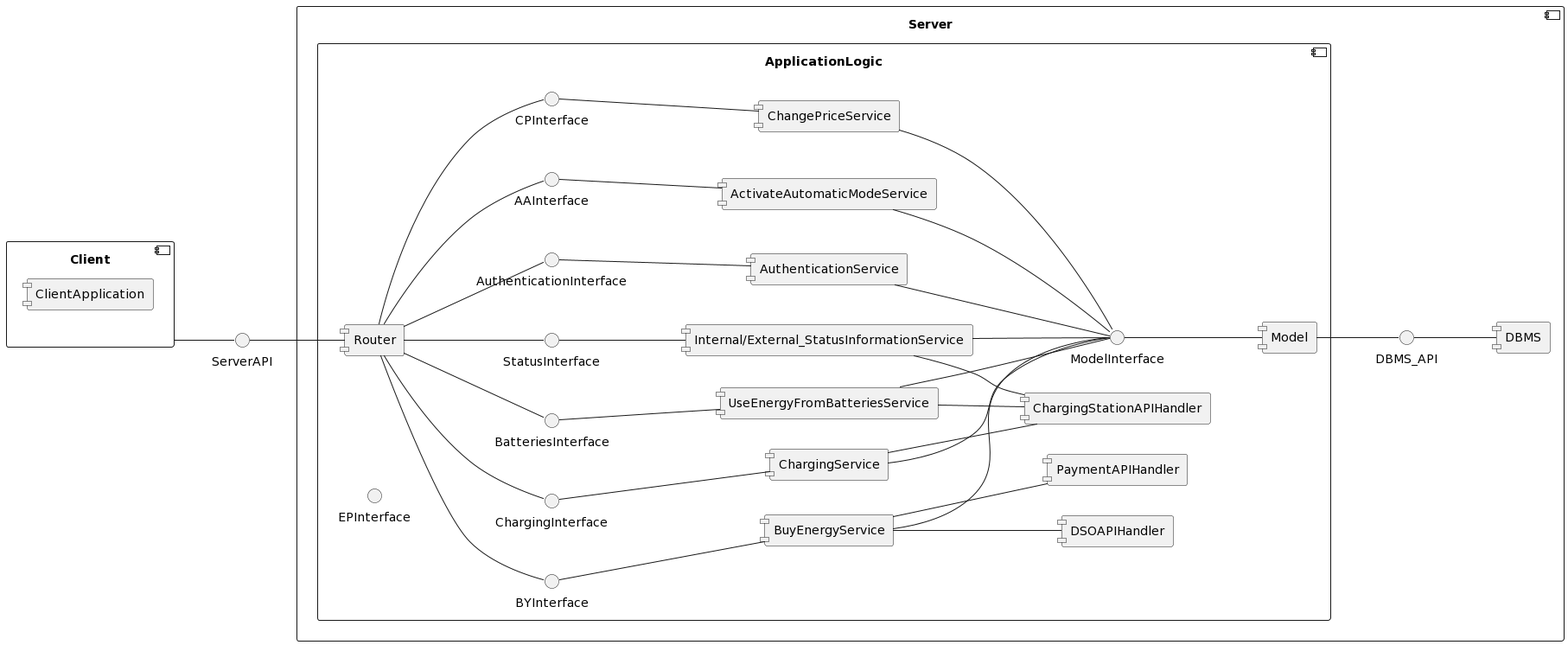
This is DD/ComponentView_CPMS.png from febagni/AzankBagniWolff, a PlantUML export, as it was before one commit.
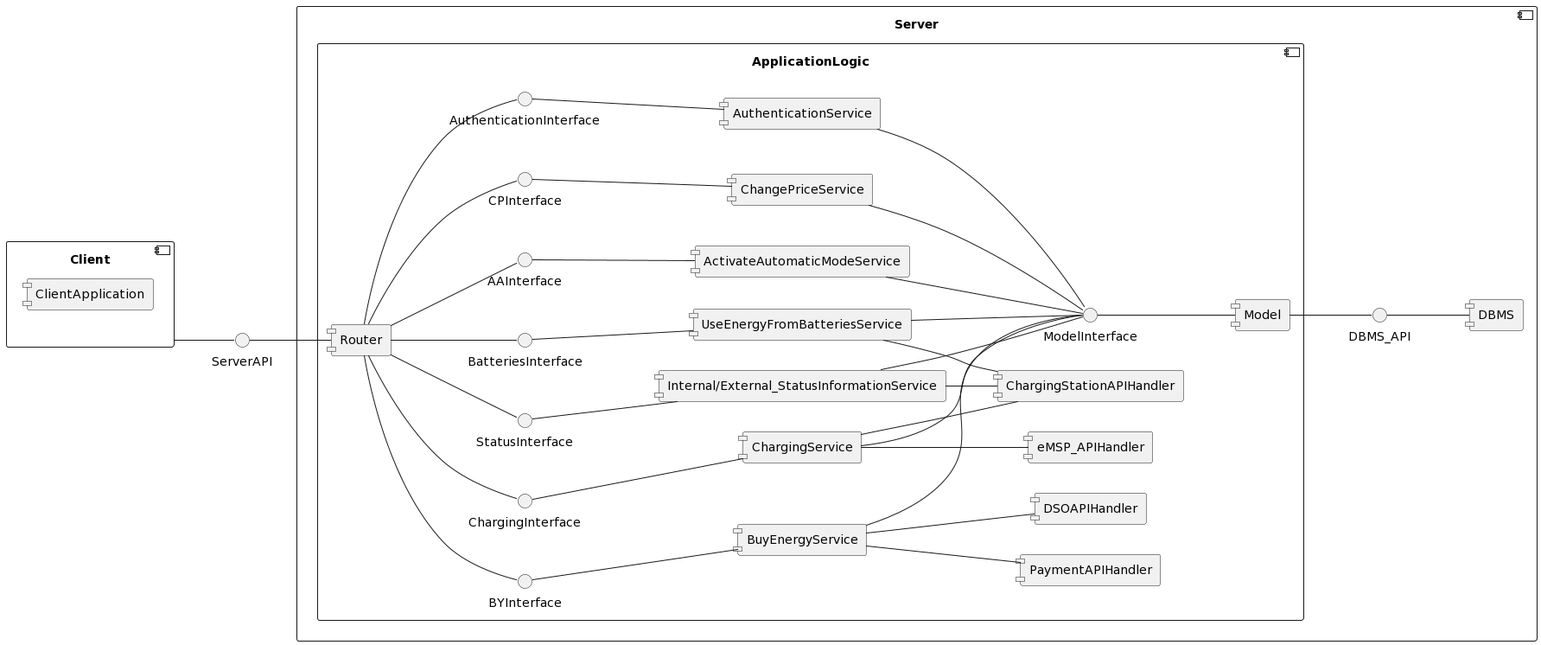
After the commit.

What changed in the source:
```diff
@@ -27,13 +27,13 @@
 component "PaymentAPIHandler"
 component "ChargingStationAPIHandler"
 component "DSOAPIHandler"
+component "eMSP_APIHandler"
 }
 
 () "AuthenticationInterface"
 () "ModelInterface"
 ()"CPInterface"
 ()"AAInterface"
-()"EPInterface"
 ()"BYInterface"
 ()"StatusInterface"
 ()"BatteriesInterface"
@@ -82,4 +82,5 @@
 "Internal/External_StatusInformationService" -- "ChargingStationAPIHandler"
 "UseEnergyFromBatteriesService" -- "ChargingStationAPIHandler"
 "ChargingService" -- "ChargingStationAPIHandler"
+"ChargingService" -- "eMSP_APIHandler"
 @enduml
```
